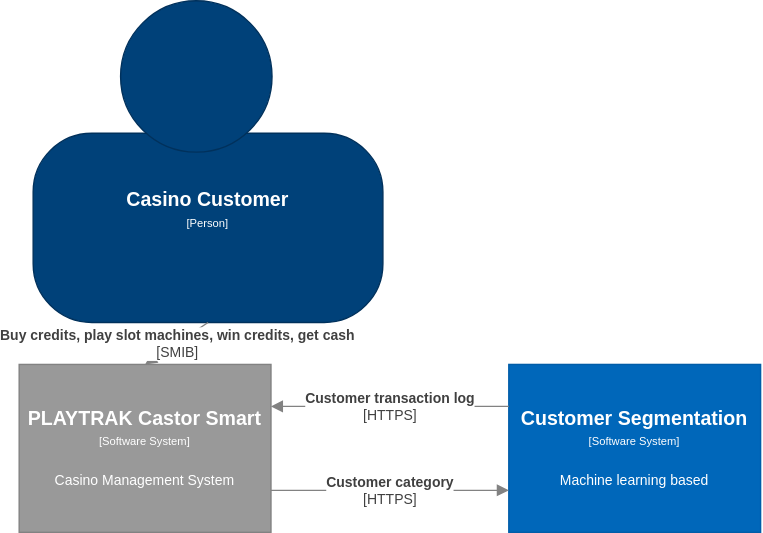
Before: Figuras/context_diagram.svg, a diagram exported from draw.io (davidbro-in/plan-trabajo-final-ceia). Source tidied: cells renumbered, new cells last; positions are measured from the earlier drawing's top-left corner, leaving out a move shared by most shapes.
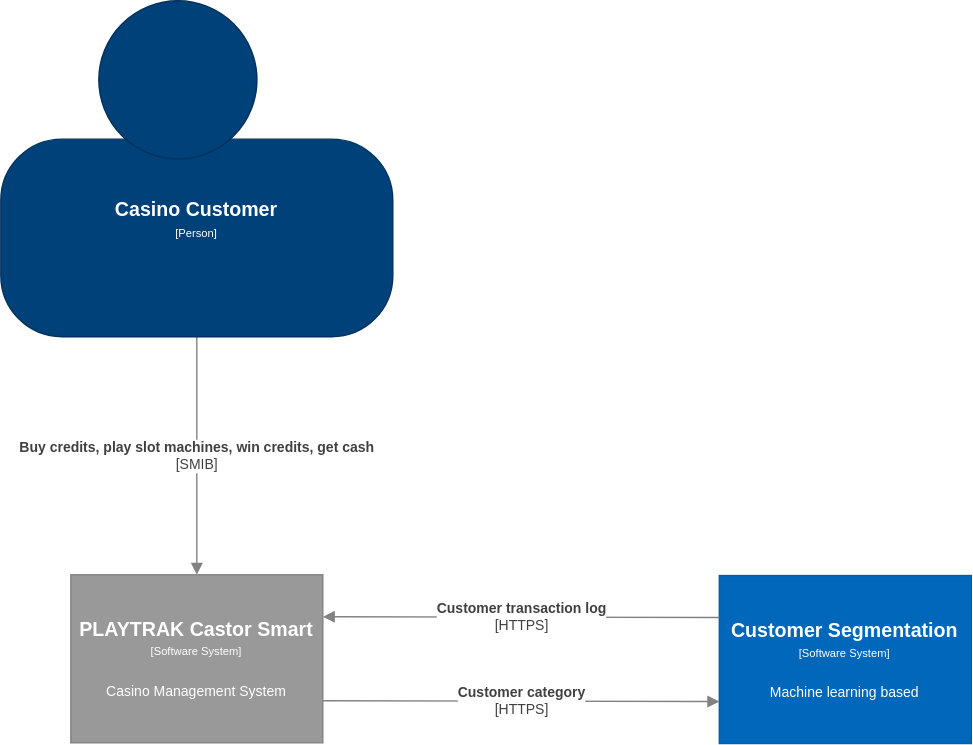
Later version of the same file.

Change to the diagram source:
```diff
@@ -2,46 +2,41 @@
   <root>
     <mxCell id="0" />
     <mxCell id="1" parent="0" />
-    <object id="2" label="" instruction="edit data of the lower shape within the group" placeholders="1">
-      <mxCell style="group;" parent="1" vertex="1">
-        <mxGeometry x="10" width="250" height="230" as="geometry" />
-      </mxCell>
-    </object>
-    <mxCell id="3" style="group;" parent="2" vertex="1">
-      <mxGeometry width="250" height="230" as="geometry" />
-    </mxCell>
-    <object id="4" label="&lt;div style=&quot;color: rgb(255 , 255 , 255) ; white-space: normal&quot;&gt;&lt;span style=&quot;font-size: 14px&quot;&gt;&lt;b&gt;%name%&lt;/b&gt;&lt;/span&gt;&lt;/div&gt;&lt;div style=&quot;color: rgb(255 , 255 , 255) ; white-space: normal&quot;&gt;&lt;font style=&quot;font-size: 8px&quot;&gt;[Person]&lt;/font&gt;&lt;/div&gt;&lt;div style=&quot;color: rgb(255 , 255 , 255) ; white-space: normal ; font-size: 8px&quot;&gt;&lt;span style=&quot;font-size: x-small&quot;&gt;&lt;br&gt;&lt;/span&gt;&lt;/div&gt;&lt;div style=&quot;color: rgb(255 , 255 , 255) ; white-space: normal&quot;&gt;&lt;font size=&quot;1&quot;&gt;%description%&lt;/font&gt;&lt;/div&gt;" description="&#10;" name="Casino Customer" placeholders="1">
-      <mxCell style="rounded=1;whiteSpace=wrap;html=1;strokeColor=#00315C;fillColor=#004179;fontColor=#000000;arcSize=31;" parent="3" vertex="1">
-        <mxGeometry y="94.7" width="250" height="135.3" as="geometry" />
-      </mxCell>
-    </object>
-    <mxCell id="5" style="ellipse;whiteSpace=wrap;html=1;strokeColor=#00315C;fillColor=#004179;fontColor=#000000;" parent="3" vertex="1">
-      <mxGeometry x="62.5" width="108.2" height="108.2" as="geometry" />
-    </mxCell>
     <object id="6" label="&lt;div&gt;&lt;span style=&quot;font-size: 14px&quot;&gt;&lt;b&gt;%name%&lt;/b&gt;&lt;/span&gt;&lt;/div&gt;&lt;div&gt;&lt;span style=&quot;font-size: 8px&quot;&gt;[Software System&lt;/span&gt;&lt;span style=&quot;font-size: 8px&quot;&gt;]&lt;/span&gt;&lt;/div&gt;&lt;div&gt;&lt;span style=&quot;font-size: 8px&quot;&gt;&lt;br&gt;&lt;/span&gt;&lt;/div&gt;&lt;div&gt;&lt;font size=&quot;1&quot;&gt;%description%&lt;/font&gt;&lt;/div&gt;" description="Casino Management System" name="PLAYTRAK Castor Smart" placeholders="1">
       <mxCell style="rounded=0;whiteSpace=wrap;html=1;fillColor=#999999;fontColor=#FFFFFF;strokeColor=#828282;" parent="1" vertex="1">
-        <mxGeometry y="260" width="180" height="120" as="geometry" />
+        <mxGeometry x="-34.9" y="410" width="180" height="120" as="geometry" />
       </mxCell>
     </object>
     <object id="7" label="&lt;span style=&quot;font-size: 10px&quot;&gt;&lt;b&gt;%name%&lt;/b&gt;&lt;br&gt;[%technology%]&lt;br&gt;&lt;/span&gt;" name="Buy credits, play slot machines, win credits, get cash" placeholders="1" technology="SMIB">
       <mxCell style="endArrow=block;html=1;fontSize=10;fontColor=#404040;strokeWidth=1;endFill=1;strokeColor=#828282;elbow=vertical;exitX=0.5;exitY=1;exitDx=0;exitDy=0;entryX=0.5;entryY=0;entryDx=0;entryDy=0;" parent="1" edge="1" source="4" target="6">
-        <mxGeometry relative="1" as="geometry" />
+        <mxGeometry x="40" y="20" as="geometry" />
       </mxCell>
     </object>
     <object id="8" label="&lt;div&gt;&lt;span style=&quot;font-size: 14px&quot;&gt;&lt;b&gt;%name%&lt;/b&gt;&lt;/span&gt;&lt;/div&gt;&lt;div&gt;&lt;span style=&quot;font-size: 8px&quot;&gt;[Software System]&lt;/span&gt;&lt;/div&gt;&lt;div&gt;&lt;span style=&quot;font-size: 8px&quot;&gt;&lt;br&gt;&lt;/span&gt;&lt;/div&gt;&lt;div&gt;&lt;font size=&quot;1&quot;&gt;%description%&lt;/font&gt;&lt;/div&gt;" description="Machine learning based" name="Customer Segmentation" placeholders="1">
       <mxCell style="rounded=0;whiteSpace=wrap;html=1;fillColor=#0067BA;fontColor=#FFFFFF;strokeColor=#005DA8;" parent="1" vertex="1">
-        <mxGeometry x="350" y="260" width="180" height="120" as="geometry" />
+        <mxGeometry x="428.3" y="410.5" width="180" height="120" as="geometry" />
       </mxCell>
     </object>
     <object id="9" label="&lt;span style=&quot;font-size: 10px&quot;&gt;&lt;b&gt;%name%&lt;/b&gt;&lt;br&gt;[%technology%]&lt;br&gt;&lt;/span&gt;" name="Customer transaction log" placeholders="1" technology="HTTPS">
       <mxCell style="endArrow=block;html=1;fontSize=10;fontColor=#404040;strokeWidth=1;endFill=1;strokeColor=#828282;elbow=vertical;entryX=1;entryY=0.25;entryDx=0;entryDy=0;exitX=0;exitY=0.25;exitDx=0;exitDy=0;" parent="1" edge="1" source="8" target="6">
-        <mxGeometry relative="1" as="geometry" />
+        <mxGeometry x="40" y="20" as="geometry" />
       </mxCell>
     </object>
     <object id="10" label="&lt;span style=&quot;font-size: 10px&quot;&gt;&lt;b&gt;%name%&lt;/b&gt;&lt;br&gt;[%technology%]&lt;br&gt;&lt;/span&gt;" name="Customer category" placeholders="1" technology="HTTPS">
       <mxCell style="endArrow=block;html=1;fontSize=10;fontColor=#404040;strokeWidth=1;endFill=1;strokeColor=#828282;elbow=vertical;entryX=0;entryY=0.75;entryDx=0;entryDy=0;exitX=1;exitY=0.75;exitDx=0;exitDy=0;" parent="1" edge="1" source="6" target="8">
-        <mxGeometry relative="1" as="geometry" />
+        <mxGeometry x="40" y="20" as="geometry" />
       </mxCell>
     </object>
+    <mxCell id="3" style="group;" parent="1" vertex="1">
+      <mxGeometry x="-84.9" width="280" height="240" as="geometry" />
+    </mxCell>
+    <object id="4" label="&lt;div style=&quot;color: rgb(255 , 255 , 255) ; white-space: normal&quot;&gt;&lt;span style=&quot;font-size: 14px&quot;&gt;&lt;b&gt;%name%&lt;/b&gt;&lt;/span&gt;&lt;/div&gt;&lt;div style=&quot;color: rgb(255 , 255 , 255) ; white-space: normal&quot;&gt;&lt;font style=&quot;font-size: 8px&quot;&gt;[Person]&lt;/font&gt;&lt;/div&gt;&lt;div style=&quot;color: rgb(255 , 255 , 255) ; white-space: normal ; font-size: 8px&quot;&gt;&lt;span style=&quot;font-size: x-small&quot;&gt;&lt;br&gt;&lt;/span&gt;&lt;/div&gt;&lt;div style=&quot;color: rgb(255 , 255 , 255) ; white-space: normal&quot;&gt;&lt;font size=&quot;1&quot;&gt;%description%&lt;/font&gt;&lt;/div&gt;" description="&#10;" name="Casino Customer" placeholders="1">
+      <mxCell style="rounded=1;whiteSpace=wrap;html=1;strokeColor=#00315C;fillColor=#004179;fontColor=#FFFFFF;arcSize=31;" parent="3" vertex="1">
+        <mxGeometry y="98.8" width="280" height="141.2" as="geometry" />
+      </mxCell>
+    </object>
+    <mxCell id="5" style="ellipse;whiteSpace=wrap;html=1;strokeColor=#00315C;fillColor=#004179;fontColor=#000000;" parent="3" vertex="1">
+      <mxGeometry x="70" width="112.9" height="112.9" as="geometry" />
+    </mxCell>
   </root>
 </mxGraphModel>
```
